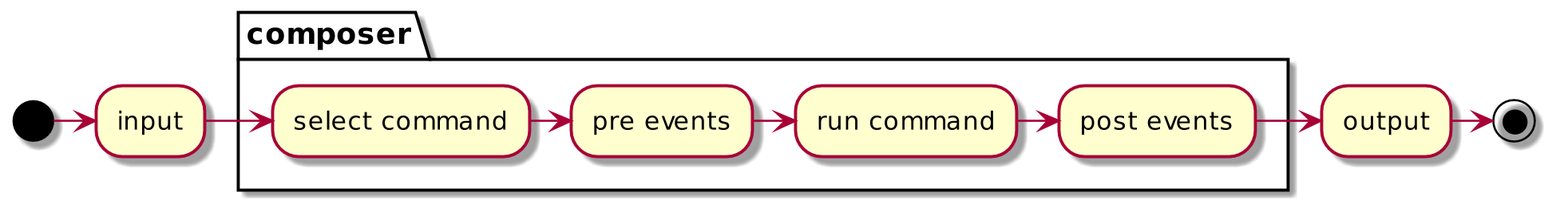
Earlier version of the PlantUML export pictures/schema/composer.png (hanovruslan/phpfest-2020-composer-plus-plus).
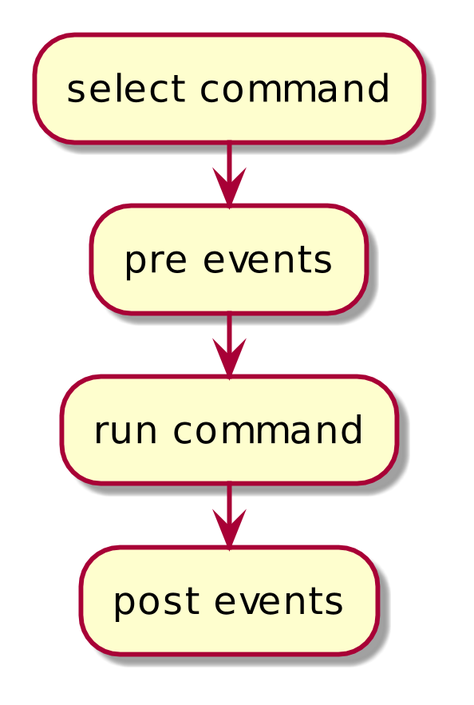
After the change.

Diff of the diagram source:
```diff
@@ -1,12 +1,11 @@
 @startuml
-scale 1920*1200
-(*) -right-> input
-partition composer {
-    "input" -right-> "select command"
-    "select command" -right-> "pre events"
-    "pre events" -right-> "run command"
-    "run command" -right-> "post events"
-}
-"post events" -right-> "output"
-"output" -right-> (*)
+
+scale 1024 width
+scale 800 height
+
+:select command;
+:pre events;
+:run command;
+:post events;
+
 @enduml
```
